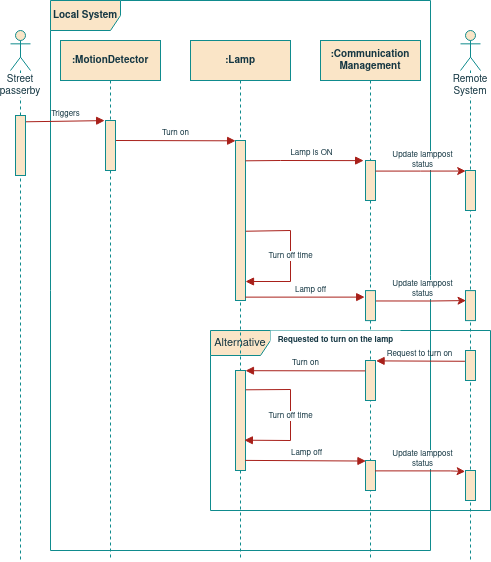
Earlier version of the draw.io export project/report/images/04local_system/LS_SeqDiagram.png (ESRGgroup9/slipad). Source tidied: cells renumbered, new cells last; positions are measured from the earlier drawing's top-left corner, leaving out a move shared by most shapes.
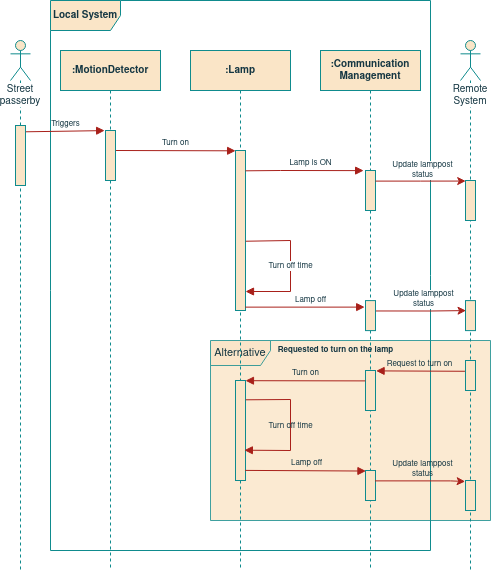
After the change.

Commit message:
LS seq diagram - data acquisition

The edit, as a diff of the source:
```diff
@@ -2,7 +2,7 @@
   <root>
     <mxCell id="0" />
     <mxCell id="1" parent="0" />
-    <mxCell id="2" value="&lt;font style=&quot;font-size: 11px&quot;&gt;Alternative&lt;/font&gt;" style="shape=umlFrame;whiteSpace=wrap;html=1;width=60;height=25;fillColor=#FAE5C7;strokeColor=#0F8B8D;fontColor=#143642;" parent="1" vertex="1">
+    <mxCell id="2" value="&lt;font style=&quot;font-size: 11px&quot;&gt;Alternative&lt;/font&gt;" style="shape=umlFrame;whiteSpace=wrap;html=1;width=60;height=25;fillColor=#FAE5C7;strokeColor=#0F8B8D;fontColor=#143642;swimlaneFillColor=#FAE5C7;opacity=80;" parent="1" vertex="1">
       <mxGeometry x="200" y="330" width="280" height="180" as="geometry" />
     </mxCell>
     <mxCell id="3" value=":Lamp" style="shape=umlLifeline;perimeter=lifelinePerimeter;whiteSpace=wrap;html=1;fillColor=#FAE5C7;strokeColor=#0F8B8D;fontColor=#143642;fontSize=10;fontStyle=1;" parent="1" vertex="1">
@@ -28,7 +28,7 @@
     <mxCell id="7" style="html=1;points=[];perimeter=orthogonalPerimeter;fillColor=#FAE5C7;strokeColor=#0F8B8D;fontColor=#143642;" parent="3" vertex="1">
       <mxGeometry x="45" y="330" width="10" height="100" as="geometry" />
     </mxCell>
-    <mxCell id="8" value="Turn off time" style="html=1;verticalAlign=bottom;endArrow=block;rounded=0;fontSize=8;labelBackgroundColor=default;strokeColor=#A8201A;fontColor=#143642;labelBorderColor=none;entryX=0.886;entryY=1.005;entryDx=0;entryDy=0;entryPerimeter=0;exitX=1.029;exitY=0.645;exitDx=0;exitDy=0;exitPerimeter=0;" parent="3" edge="1">
+    <mxCell id="8" value="Turn off time" style="html=1;verticalAlign=bottom;endArrow=block;rounded=0;fontSize=8;labelBackgroundColor=none;strokeColor=#A8201A;fontColor=#143642;labelBorderColor=none;entryX=0.886;entryY=1.005;entryDx=0;entryDy=0;entryPerimeter=0;exitX=1.029;exitY=0.645;exitDx=0;exitDy=0;exitPerimeter=0;" parent="3" edge="1">
       <mxGeometry x="0.11" relative="1" as="geometry">
         <mxPoint x="55.3" y="349.3" as="sourcePoint" />
         <mxPoint x="53.9" y="399.7" as="targetPoint" />
@@ -51,7 +51,7 @@
       <mxGeometry x="45" y="420" width="10" height="30" as="geometry" />
     </mxCell>
     <mxCell id="13" value="&lt;span style=&quot;font-size: 10px;&quot;&gt;&lt;b style=&quot;font-size: 10px;&quot;&gt;Local System&lt;/b&gt;&lt;/span&gt;" style="shape=umlFrame;whiteSpace=wrap;html=1;width=70;height=30;fillColor=#FAE5C7;strokeColor=#0F8B8D;fontColor=#143642;fontSize=10;fontStyle=0;" parent="1" vertex="1">
-      <mxGeometry x="40" width="380" height="550" as="geometry" />
+      <mxGeometry x="40" y="-10" width="380" height="550" as="geometry" />
     </mxCell>
     <mxCell id="14" value="Triggers" style="html=1;verticalAlign=bottom;endArrow=block;rounded=0;entryX=-0.086;entryY=0.002;entryDx=0;entryDy=0;entryPerimeter=0;fontSize=8;labelBackgroundColor=none;strokeColor=#A8201A;fontColor=#143642;exitX=0.966;exitY=0.105;exitDx=0;exitDy=0;exitPerimeter=0;" parent="1" edge="1" source="16" target="18">
       <mxGeometry relative="1" as="geometry" />
@@ -105,7 +105,7 @@
         </Array>
       </mxGeometry>
     </mxCell>
-    <mxCell id="27" value="&lt;div&gt;&lt;b&gt;Requested to turn on the lamp&lt;/b&gt;&lt;/div&gt;" style="text;html=1;align=center;verticalAlign=middle;strokeColor=none;fillColor=default;fontSize=8;fontColor=#143642;" parent="1" vertex="1">
+    <mxCell id="27" value="&lt;div&gt;&lt;b&gt;Requested to turn on the lamp&lt;/b&gt;&lt;/div&gt;" style="text;html=1;align=center;verticalAlign=middle;strokeColor=none;fillColor=none;fontSize=8;fontColor=#143642;" parent="1" vertex="1">
       <mxGeometry x="260" y="330" width="130" height="20" as="geometry" />
     </mxCell>
     <mxCell id="28" value="Turn on" style="html=1;verticalAlign=bottom;endArrow=block;rounded=0;fontSize=8;labelBackgroundColor=none;strokeColor=#A8201A;fontColor=#143642;labelBorderColor=none;exitX=-0.02;exitY=0.26;exitDx=0;exitDy=0;exitPerimeter=0;entryX=0.998;entryY=0.002;entryDx=0;entryDy=0;entryPerimeter=0;" parent="1" edge="1" source="11" target="7">
@@ -114,7 +114,7 @@
     <mxCell id="29" value="Lamp off" style="html=1;verticalAlign=bottom;endArrow=block;rounded=0;fontSize=8;labelBackgroundColor=none;strokeColor=#A8201A;fontColor=#143642;labelBorderColor=none;entryX=0.044;entryY=0.018;entryDx=0;entryDy=0;entryPerimeter=0;exitX=0.974;exitY=0.899;exitDx=0;exitDy=0;exitPerimeter=0;" parent="1" edge="1" source="7" target="12">
       <mxGeometry x="0.01" relative="1" as="geometry" />
     </mxCell>
-    <mxCell id="30" value="&lt;div&gt;Update lamppost&lt;/div&gt;&lt;div&gt;status&lt;/div&gt;" style="edgeStyle=orthogonalEdgeStyle;rounded=0;sketch=0;jettySize=auto;html=1;labelBackgroundColor=default;labelBorderColor=none;fontColor=#143642;strokeColor=#A8201A;fillColor=#FAE5C7;fontSize=8;exitX=0.951;exitY=0.346;exitDx=0;exitDy=0;exitPerimeter=0;entryX=-0.033;entryY=0.033;entryDx=0;entryDy=0;entryPerimeter=0;" parent="1" edge="1" source="12" target="22">
+    <mxCell id="30" value="&lt;div&gt;Update lamppost&lt;/div&gt;&lt;div&gt;status&lt;/div&gt;" style="edgeStyle=orthogonalEdgeStyle;rounded=0;sketch=0;jettySize=auto;html=1;labelBackgroundColor=none;labelBorderColor=none;fontColor=#143642;strokeColor=#A8201A;fillColor=#FAE5C7;fontSize=8;exitX=0.951;exitY=0.346;exitDx=0;exitDy=0;exitPerimeter=0;entryX=-0.033;entryY=0.033;entryDx=0;entryDy=0;entryPerimeter=0;" parent="1" edge="1" source="12" target="22">
       <mxGeometry x="0.05" y="11" relative="1" as="geometry">
         <Array as="points">
           <mxPoint x="440" y="470" />
```
